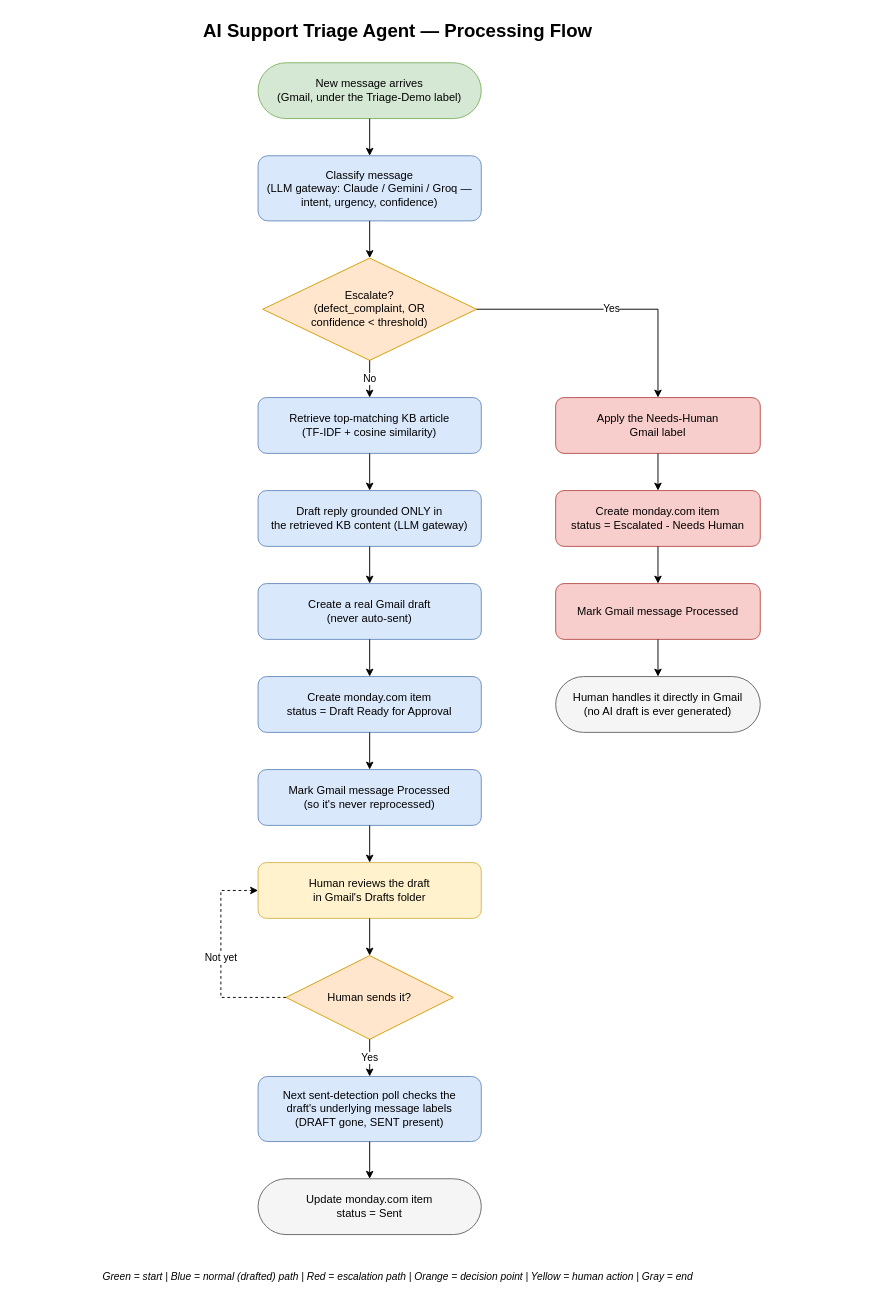
Omonje/ai-support-triage-agent keeps this draw.io diagram as ai-support-triage-agent-flow.drawio. Above is the earlier version. Source tidied: cells renumbered, new cells numbered last; positions are measured from the earlier drawing's top-left corner, leaving out a move shared by most shapes. Both pictures are drawn from the tidied source at 93%, with x=0, y=0 at pixel (165, 16).
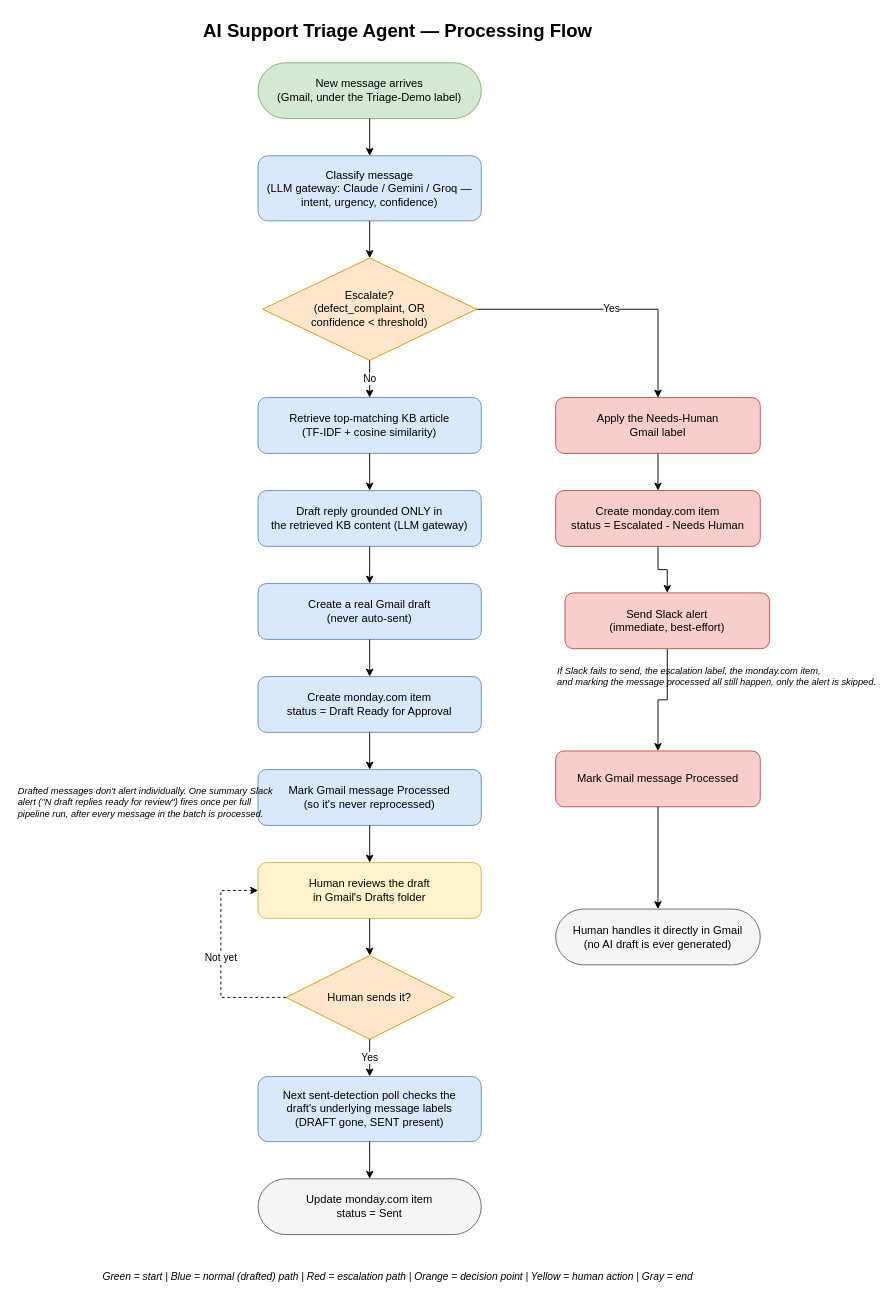
Above is the later version.

The change refers to these unchanged cells:
```xml
<mxCell id="16" value="Create monday.com item&#10;status = Escalated - Needs Human" style="rounded=1;whiteSpace=wrap;html=1;fillColor=#f8cecc;strokeColor=#b85450;fontSize=12;" parent="1" vertex="1">
  <mxGeometry x="420" y="510" width="220" height="60" as="geometry" />
</mxCell>
```

What changed in the source:
```diff
@@
     <mxCell id="17" value="Mark Gmail message Processed" style="rounded=1;whiteSpace=wrap;html=1;fillColor=#f8cecc;strokeColor=#b85450;fontSize=12;" parent="1" vertex="1">
-      <mxGeometry x="420" y="610" width="220" height="60" as="geometry" />
+      <mxGeometry x="420" y="790" width="220" height="60" as="geometry" />
     </mxCell>
     <mxCell id="18" value="Human handles it directly in Gmail&#10;(no AI draft is ever generated)" style="rounded=1;arcSize=50;whiteSpace=wrap;html=1;fillColor=#f5f5f5;strokeColor=#666666;fontSize=12;" parent="1" vertex="1">
-      <mxGeometry x="420" y="710" width="220" height="60" as="geometry" />
+      <mxGeometry x="420" y="960" width="220" height="60" as="geometry" />
     </mxCell>
@@
-    <mxCell id="33" style="edgeStyle=orthogonalEdgeStyle;rounded=0;html=1;" parent="1" edge="1" source="16" target="17">
+    <mxCell id="33" style="edgeStyle=orthogonalEdgeStyle;rounded=0;html=1;" parent="1" edge="1" source="36" target="17">
       <mxGeometry relative="1" as="geometry" />
     </mxCell>
@@
+    <mxCell id="36" value="Send Slack alert&#10;(immediate, best-effort)" style="rounded=1;whiteSpace=wrap;html=1;fillColor=#f8cecc;strokeColor=#b85450;fontSize=12;" parent="1" vertex="1">
+      <mxGeometry x="430" y="620" width="220" height="60" as="geometry" />
+    </mxCell>
+    <mxCell id="37" style="edgeStyle=orthogonalEdgeStyle;rounded=0;html=1;" parent="1" edge="1" source="16" target="36">
+      <mxGeometry relative="1" as="geometry" />
+    </mxCell>
+    <mxCell id="38" value="If Slack fails to send, the escalation label, the monday.com item,&#10;and marking the message processed all still happen, only the alert is skipped." style="text;html=1;fontSize=10;fontStyle=2;align=left;verticalAlign=middle;" parent="1" vertex="1">
+      <mxGeometry x="420" y="690" width="260" height="40" as="geometry" />
+    </mxCell>
+    <mxCell id="39" value="Drafted messages don't alert individually. One summary Slack&#10;alert (&quot;N draft replies ready for review&quot;) fires once per full&#10;pipeline run, after every message in the batch is processed." style="text;html=1;fontSize=10;fontStyle=2;align=left;verticalAlign=middle;" parent="1" vertex="1">
+      <mxGeometry x="-160" y="820" width="260" height="50" as="geometry" />
+    </mxCell>
```
